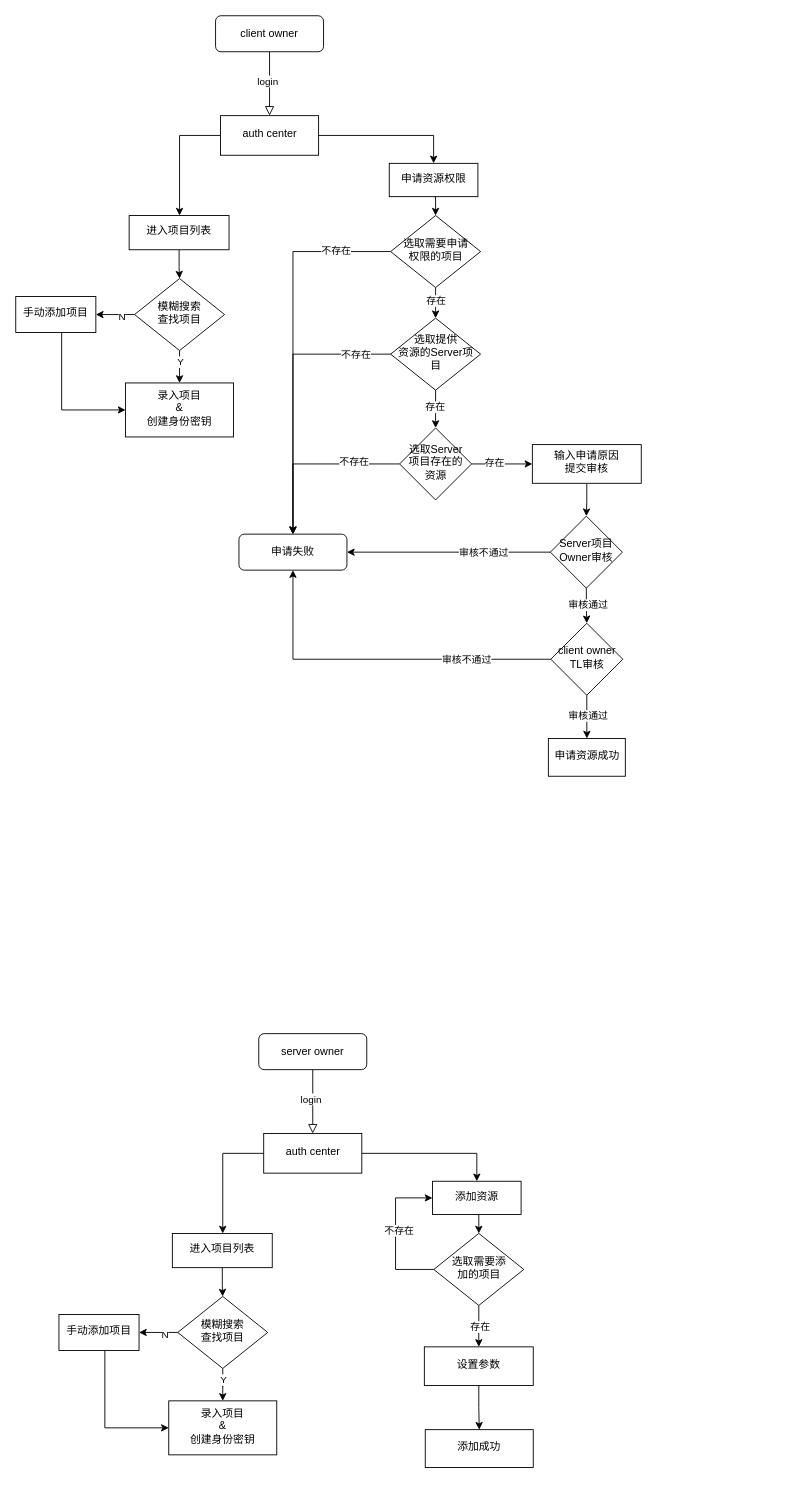
Earlier version of the draw.io diagram 鉴权中心-client owner与authcenter流程图.drawio (gitcodeporter/draw-uml). Source tidied: cells renumbered, new cells numbered last; positions are measured from the earlier drawing's top-left corner, leaving out a move shared by most shapes. Both pictures are drawn from the tidied source at 90%, with x=0, y=0 at pixel (15, 15).
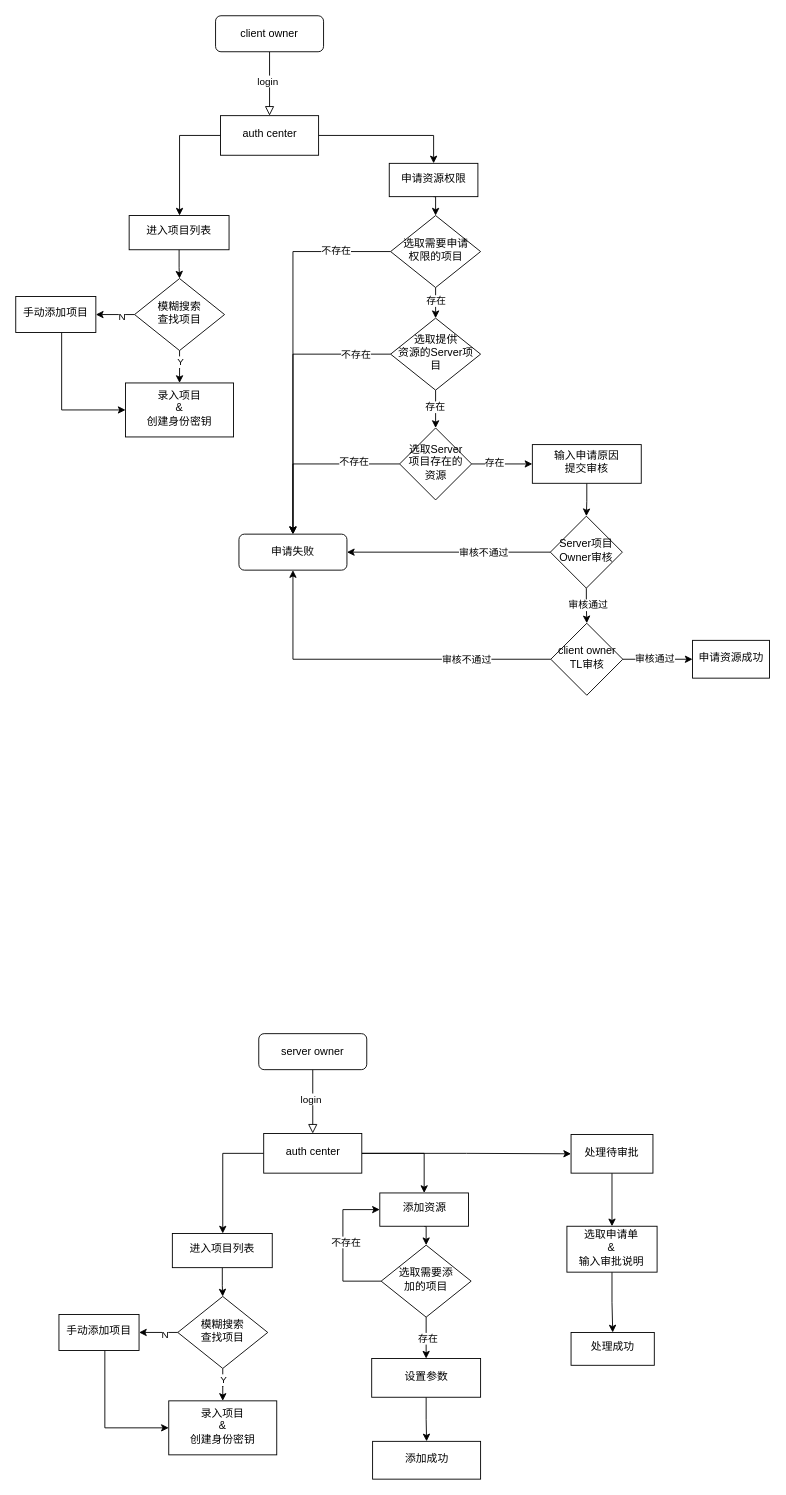
The same diagram, later.

Commit message (it also covers changes not shown here):
更新鉴权中心-client owner与authcenter流程图.drawio

Unchanged cells that the change refers to:
```xml
<mxCell id="70" value="&lt;span&gt;auth center&lt;/span&gt;" style="whiteSpace=wrap;html=1;shadow=0;strokeWidth=1;spacing=6;spacingTop=-4;" parent="1" vertex="1">
  <mxGeometry x="275.5" y="1242" width="109" height="44" as="geometry" />
</mxCell>
```

Change to the diagram source:
```diff
@@
     <mxCell id="36" value="申请资源成功" style="whiteSpace=wrap;html=1;shadow=0;strokeWidth=1;spacing=6;spacingTop=-4;" parent="1" vertex="1">
-      <mxGeometry x="591.8" y="803" width="85.5" height="42" as="geometry" />
+      <mxGeometry x="752" y="694" width="85.5" height="42" as="geometry" />
     </mxCell>
@@
     <mxCell id="59" style="edgeStyle=orthogonalEdgeStyle;rounded=0;jettySize=auto;html=1;exitX=0;exitY=0.5;exitDx=0;exitDy=0;entryX=0;entryY=0.5;entryDx=0;entryDy=0;" parent="1" edge="1" source="61" target="72">
       <mxGeometry relative="1" as="geometry">
         <Array as="points">
-          <mxPoint x="422" y="1393" />
-          <mxPoint x="422" y="1314" />
+          <mxPoint x="363.5" y="1406" />
+          <mxPoint x="363.5" y="1327" />
         </Array>
       </mxGeometry>
     </mxCell>
@@
     <mxCell id="61" value="选取需要添&lt;br&gt;加的项目" style="rhombus;whiteSpace=wrap;html=1;shadow=0;fontFamily=Helvetica;fontSize=12;align=center;strokeWidth=1;spacing=6;spacingTop=-4;" parent="1" vertex="1">
-      <mxGeometry x="464.5" y="1353" width="100" height="80" as="geometry" />
+      <mxGeometry x="406" y="1366" width="100" height="80" as="geometry" />
     </mxCell>
@@
     <mxCell id="66" value="设置参数" style="whiteSpace=wrap;html=1;shadow=0;strokeWidth=1;spacing=6;spacingTop=-4;" parent="1" vertex="1">
-      <mxGeometry x="454" y="1479" width="121" height="43" as="geometry" />
+      <mxGeometry x="395.5" y="1492" width="121" height="43" as="geometry" />
     </mxCell>
     <mxCell id="67" value="添加成功" style="whiteSpace=wrap;html=1;shadow=0;strokeWidth=1;spacing=6;spacingTop=-4;" parent="1" vertex="1">
-      <mxGeometry x="455" y="1571" width="120" height="42" as="geometry" />
+      <mxGeometry x="396.5" y="1584" width="120" height="42" as="geometry" />
     </mxCell>
@@
+    <mxCell id="75" style="edgeStyle=orthogonalEdgeStyle;rounded=0;jettySize=auto;html=1;" parent="1" edge="1" source="70" target="77">
+      <mxGeometry relative="1" as="geometry" />
+    </mxCell>
@@
     <mxCell id="72" value="添加资源" style="whiteSpace=wrap;html=1;shadow=0;strokeWidth=1;spacing=6;spacingTop=-4;" parent="1" vertex="1">
-      <mxGeometry x="463" y="1295" width="98.5" height="37" as="geometry" />
+      <mxGeometry x="404.5" y="1308" width="98.5" height="37" as="geometry" />
     </mxCell>
@@
+    <mxCell id="76" style="edgeStyle=orthogonalEdgeStyle;rounded=0;jettySize=auto;html=1;" parent="1" edge="1" source="77" target="79">
+      <mxGeometry relative="1" as="geometry" />
+    </mxCell>
+    <mxCell id="77" value="处理待审批" style="whiteSpace=wrap;html=1;shadow=0;strokeWidth=1;spacing=6;spacingTop=-4;" parent="1" vertex="1">
+      <mxGeometry x="617" y="1243" width="91" height="43" as="geometry" />
+    </mxCell>
+    <mxCell id="78" style="edgeStyle=orthogonalEdgeStyle;rounded=0;jettySize=auto;html=1;" parent="1" edge="1" source="79" target="80">
+      <mxGeometry relative="1" as="geometry" />
+    </mxCell>
+    <mxCell id="79" value="选取申请单&lt;br&gt;&amp;amp;&lt;br&gt;输入审批说明" style="whiteSpace=wrap;html=1;shadow=0;strokeWidth=1;spacing=6;spacingTop=-4;" parent="1" vertex="1">
+      <mxGeometry x="612.4" y="1345" width="100.2" height="51" as="geometry" />
+    </mxCell>
+    <mxCell id="80" value="处理成功" style="whiteSpace=wrap;html=1;shadow=0;strokeWidth=1;spacing=6;spacingTop=-4;" parent="1" vertex="1">
+      <mxGeometry x="617" y="1463" width="92.5" height="36.5" as="geometry" />
+    </mxCell>
```
